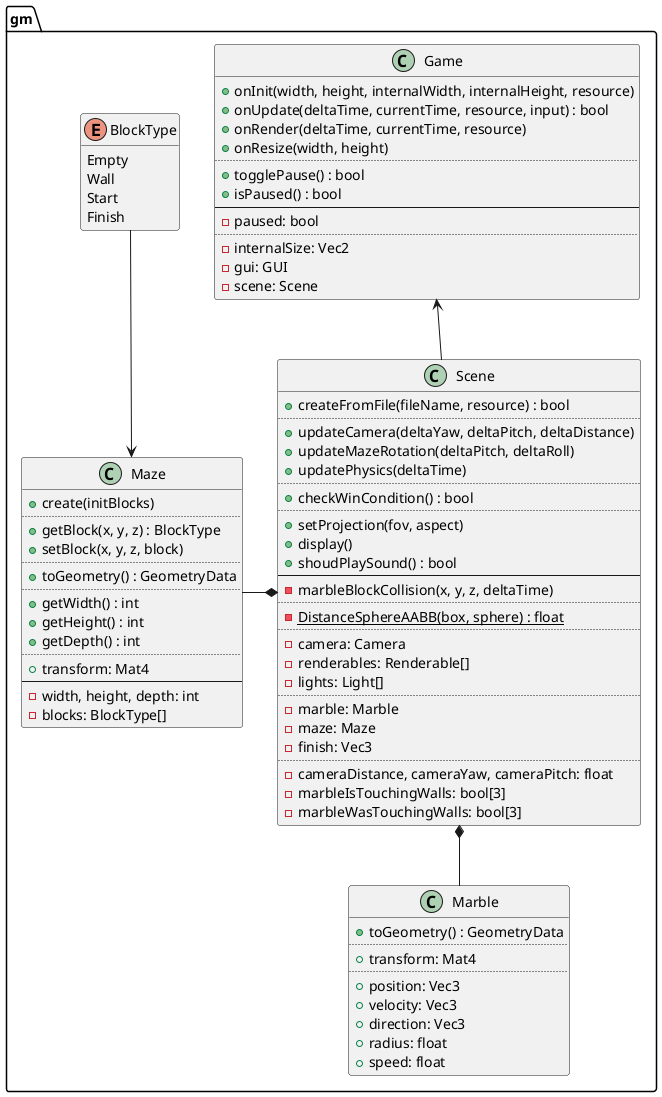
This is design/gm.png from ba6er/marblemaze, a PlantUML export, as it was before one commit.
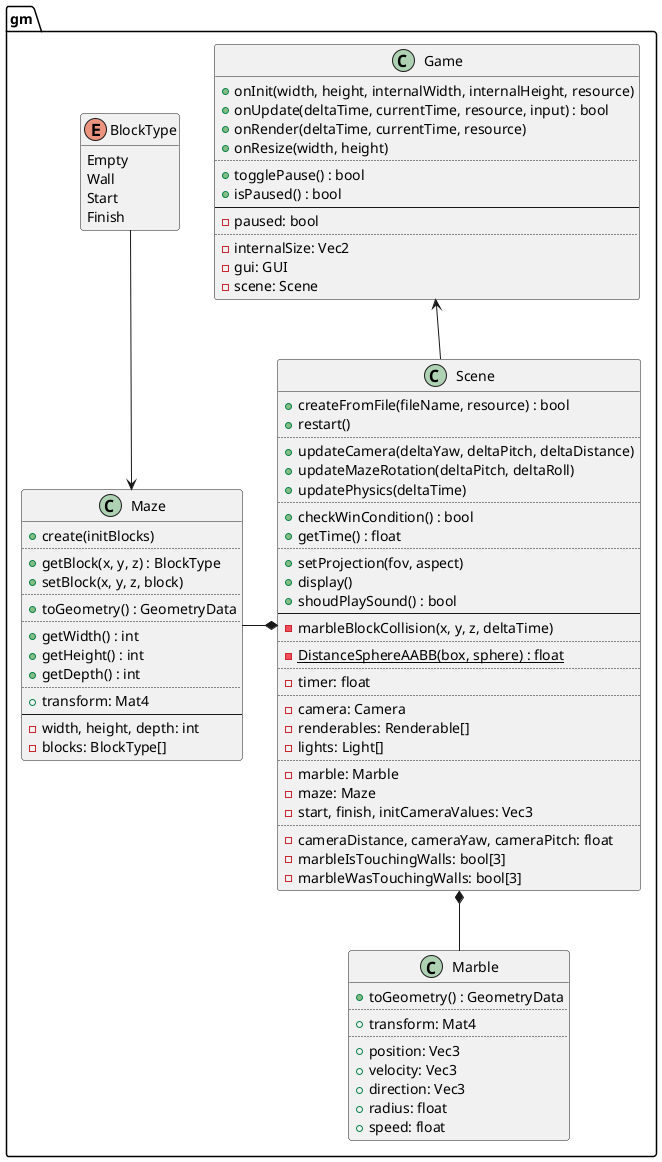
After the change.

Commit message:
Added ability to restart Scene, added Scene timer

What changed in the source:
```diff
@@ -19,12 +19,14 @@
 
 class gm::Scene {
 	+createFromFile(fileName, resource) : bool
+	+restart()
 	..
 	+updateCamera(deltaYaw, deltaPitch, deltaDistance)
 	+updateMazeRotation(deltaPitch, deltaRoll)
 	+updatePhysics(deltaTime)
 	..
 	+checkWinCondition() : bool
+	+getTime() : float
 	..
 	+setProjection(fov, aspect)
 	+display()
@@ -34,13 +36,15 @@
 	..
 	{static} -DistanceSphereAABB(box, sphere) : float
 	..
+	-timer: float
+	..
 	-camera: Camera
 	-renderables: Renderable[]
 	-lights: Light[]
 	..
 	-marble: Marble
 	-maze: Maze
-	-finish: Vec3
+	-start, finish, initCameraValues: Vec3
 	..
 	-cameraDistance, cameraYaw, cameraPitch: float
 	-marbleIsTouchingWalls: bool[3]
```
